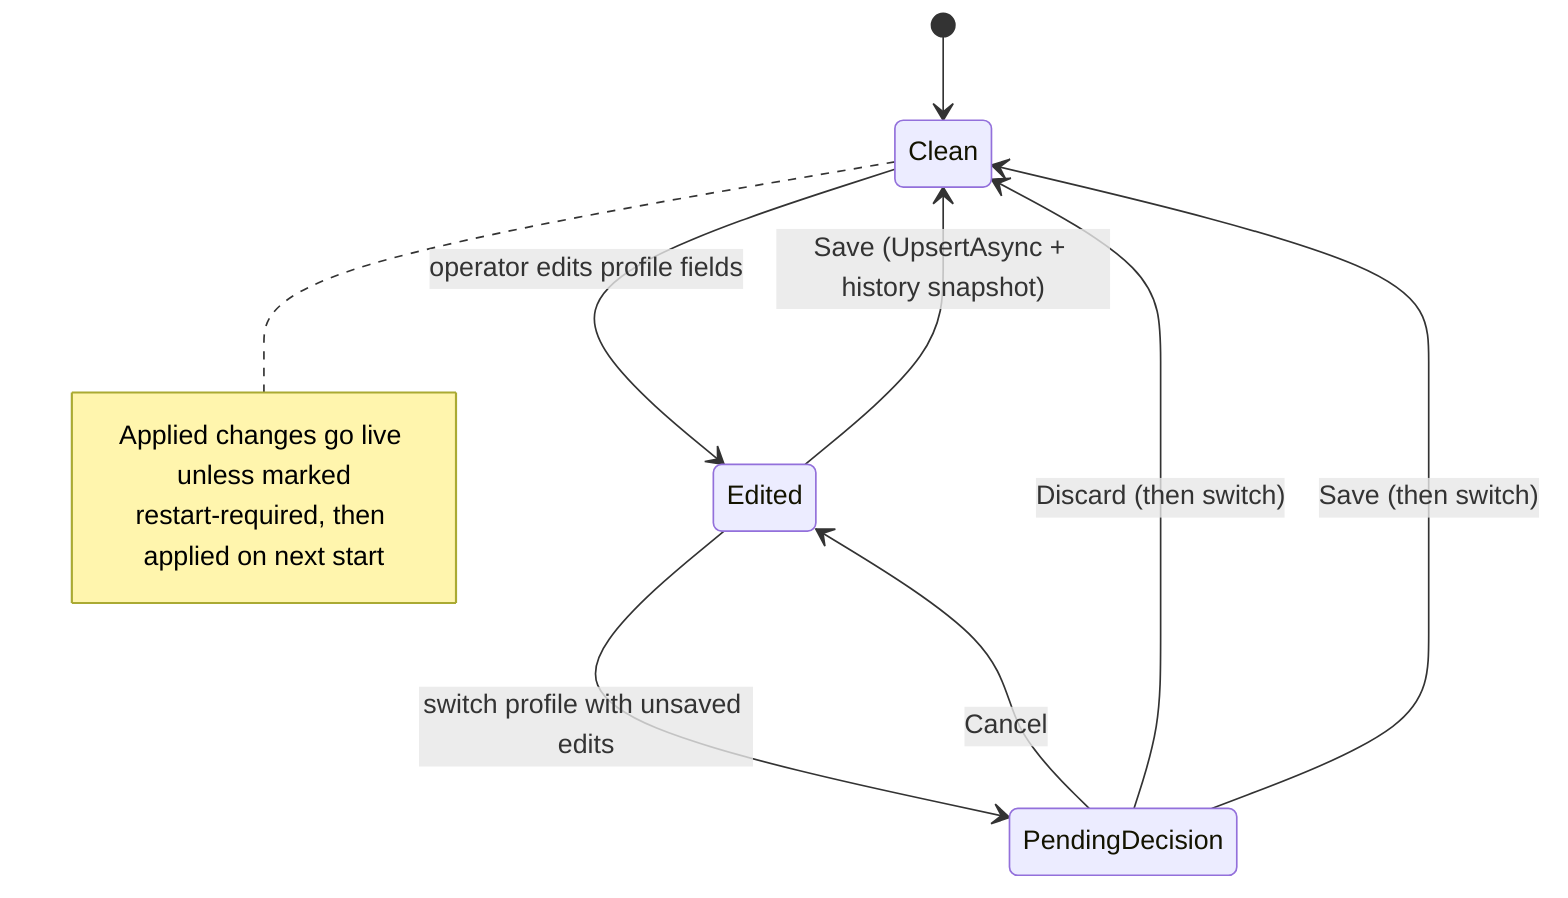
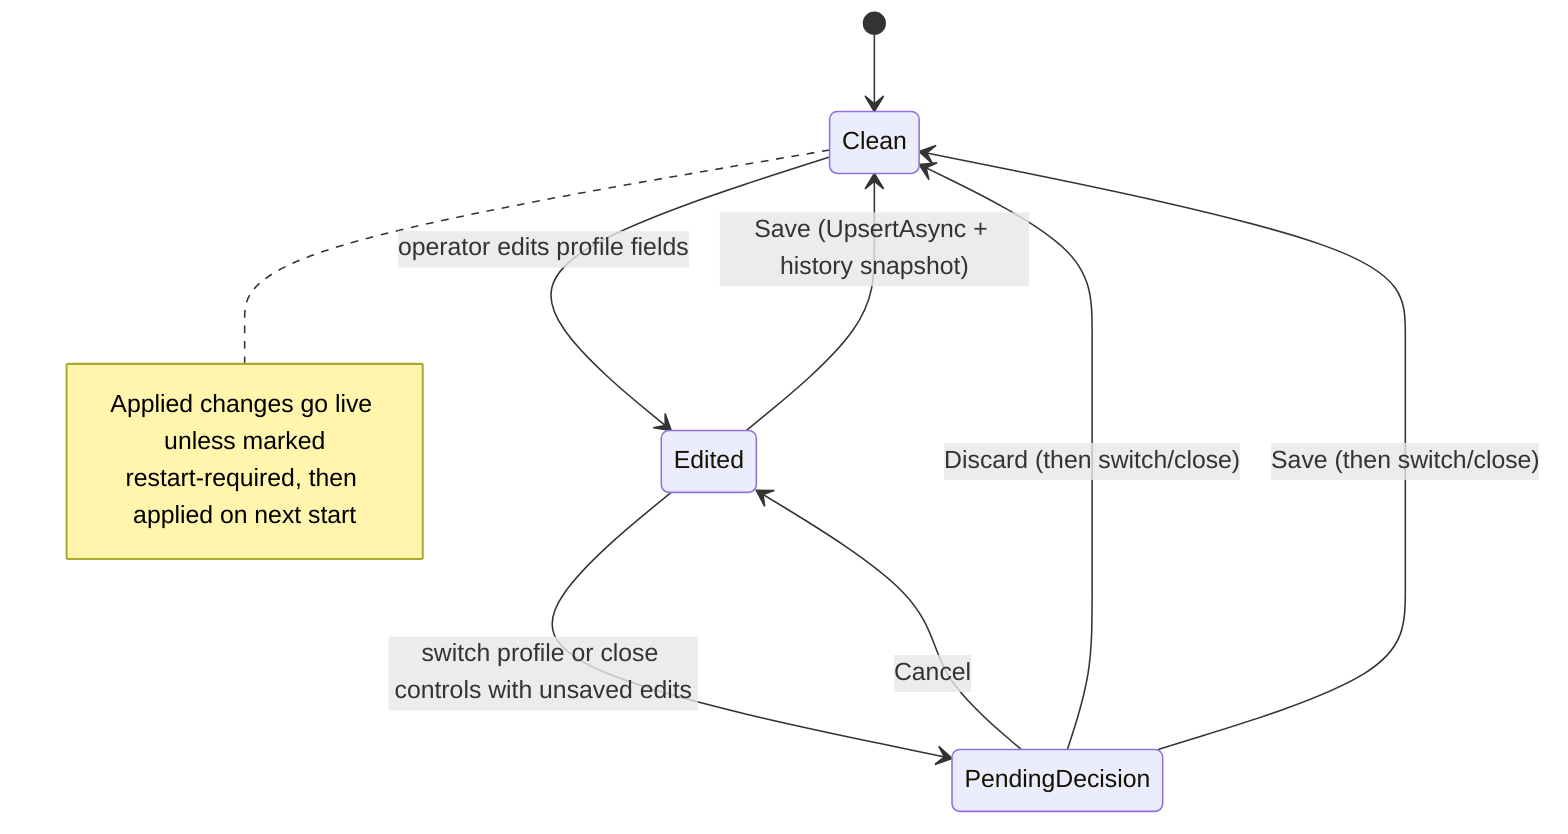
stateDiagram-v2
    [*] --> Clean
    Clean --> Edited: operator edits profile fields
    Edited --> Clean: Save (UpsertAsync + history snapshot)
-     Edited --> PendingDecision: switch profile with unsaved edits
+     Edited --> PendingDecision: switch profile or close controls with unsaved edits
    PendingDecision --> Edited: Cancel
-     PendingDecision --> Clean: Discard (then switch)
-     PendingDecision --> Clean: Save (then switch)
+     PendingDecision --> Clean: Discard (then switch/close)
+     PendingDecision --> Clean: Save (then switch/close)
    note right of Clean
        Applied changes go live unless marked
        restart-required, then applied on next start
    end note
